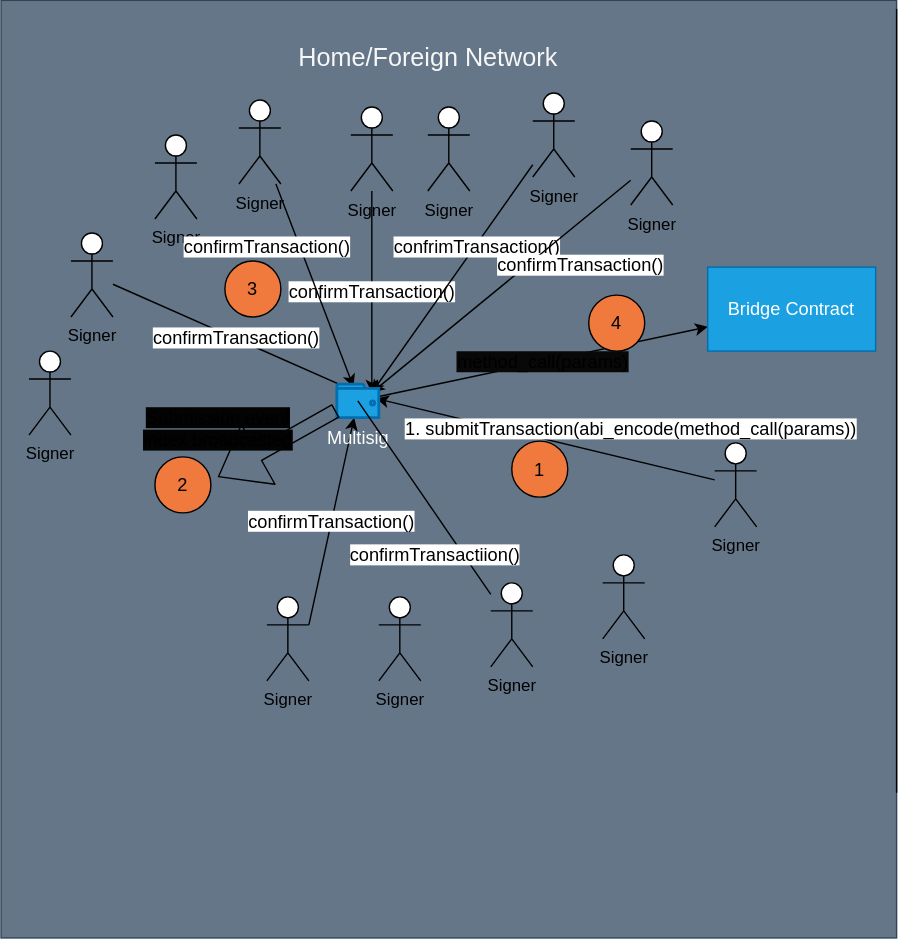
Above: static/img/bridges/diagrams/xdaibridge-contract-mgmt.svg in gnosischain/documentation (draw.io), before the change. Source tidied: cells renumbered, new cells last; positions are measured from the earlier drawing's top-left corner, leaving out a move shared by most shapes. Its diagram source:
```xml
<mxGraphModel>
  <root>
    <mxCell id="0" />
    <mxCell id="1" parent="0" />
    <mxCell id="2" style="rounded=0;whiteSpace=wrap;html=1;labelBackgroundColor=none;fontSize=18;direction=south;fillColor=#647687;strokeColor=#314354;fontColor=#ffffff;" parent="1" vertex="1">
      <mxGeometry y="-0.2" width="640" height="670" as="geometry" />
    </mxCell>
    <mxCell id="3" style="endArrow=none;html=1;labelBackgroundColor=#FFFFFF;fontSize=18;fontColor=#F7F7F7;" parent="1" edge="1">
      <mxGeometry relative="1" as="geometry">
        <mxPoint x="640" y="6" as="sourcePoint" />
        <mxPoint x="640" y="566" as="targetPoint" />
      </mxGeometry>
    </mxCell>
    <mxCell id="4" value="Home/Foreign Network" style="text;html=1;align=center;verticalAlign=middle;strokeColor=none;fillColor=none;fontSize=18;fontColor=#F7F7F7;" parent="1" vertex="1">
      <mxGeometry x="205" y="26" width="200" height="30" as="geometry" />
    </mxCell>
    <mxCell id="5" value="confirmTransaction()" style="edgeStyle=none;html=1;fontSize=13;startArrow=none;exitX=1;exitY=0.3333333333333333;exitDx=0;exitDy=0;exitPerimeter=0;" parent="1" edge="1" source="6" target="27">
      <mxGeometry relative="1" as="geometry" />
    </mxCell>
    <mxCell id="6" value="Signer" style="shape=umlActor;verticalLabelPosition=bottom;verticalAlign=top;html=1;outlineConnect=0;" parent="1" vertex="1">
      <mxGeometry x="190" y="426" width="30" height="60" as="geometry" />
    </mxCell>
    <mxCell id="7" value="1. submitTransaction(abi_encode(method_call(params))" style="edgeStyle=none;html=1;entryX=0.937;entryY=0.431;entryDx=0;entryDy=0;entryPerimeter=0;fontSize=13;" parent="1" edge="1" source="8" target="27">
      <mxGeometry x="-0.46" y="-21" relative="1" as="geometry" />
    </mxCell>
    <mxCell id="8" value="Signer" style="shape=umlActor;verticalLabelPosition=bottom;verticalAlign=top;html=1;outlineConnect=0;" parent="1" vertex="1">
      <mxGeometry x="510" y="316" width="30" height="60" as="geometry" />
    </mxCell>
    <mxCell id="9" value="Signer" style="shape=umlActor;verticalLabelPosition=bottom;verticalAlign=top;html=1;" parent="1" vertex="1">
      <mxGeometry x="20" y="250.4" width="30" height="60" as="geometry" />
    </mxCell>
    <mxCell id="10" value="Signer" style="shape=umlActor;verticalLabelPosition=bottom;verticalAlign=top;html=1;" parent="1" vertex="1">
      <mxGeometry x="270" y="426" width="30" height="60" as="geometry" />
    </mxCell>
    <mxCell id="11" value="confirmTransaction()" style="edgeStyle=none;html=1;entryX=0.75;entryY=0.1;entryDx=0;entryDy=0;entryPerimeter=0;fontSize=13;" parent="1" edge="1" source="12">
      <mxGeometry relative="1" as="geometry">
        <mxPoint x="265" y="280" as="targetPoint" />
      </mxGeometry>
    </mxCell>
    <mxCell id="12" value="Signer" style="shape=umlActor;verticalLabelPosition=bottom;verticalAlign=top;html=1;outlineConnect=0;" parent="1" vertex="1">
      <mxGeometry x="250" y="76" width="30" height="60" as="geometry" />
    </mxCell>
    <mxCell id="13" value="Signer" style="shape=umlActor;verticalLabelPosition=bottom;verticalAlign=top;html=1;outlineConnect=0;" parent="1" vertex="1">
      <mxGeometry x="350" y="416" width="30" height="60" as="geometry" />
    </mxCell>
    <mxCell id="14" value="Signer" style="shape=umlActor;verticalLabelPosition=bottom;verticalAlign=top;html=1;" parent="1" vertex="1">
      <mxGeometry x="430" y="396" width="30" height="60" as="geometry" />
    </mxCell>
    <mxCell id="15" value="confirmTransaction()" style="edgeStyle=none;html=1;entryX=0.25;entryY=0.1;entryDx=0;entryDy=0;entryPerimeter=0;fontSize=13;" parent="1" edge="1" source="16">
      <mxGeometry relative="1" as="geometry">
        <mxPoint x="255" y="280" as="targetPoint" />
      </mxGeometry>
    </mxCell>
    <mxCell id="16" value="Signer" style="shape=umlActor;verticalLabelPosition=bottom;verticalAlign=top;html=1;outlineConnect=0;" parent="1" vertex="1">
      <mxGeometry x="50" y="166" width="30" height="60" as="geometry" />
    </mxCell>
    <mxCell id="17" value="Signer" style="shape=umlActor;verticalLabelPosition=bottom;verticalAlign=top;html=1;" parent="1" vertex="1">
      <mxGeometry x="110" y="96" width="30" height="60" as="geometry" />
    </mxCell>
    <mxCell id="18" value="confirmTransaction()" style="edgeStyle=none;html=1;fontSize=13;" parent="1" edge="1" source="19">
      <mxGeometry x="-0.49" y="-22" relative="1" as="geometry">
        <mxPoint x="251.9" y="276" as="targetPoint" />
      </mxGeometry>
    </mxCell>
    <mxCell id="19" value="Signer" style="shape=umlActor;verticalLabelPosition=bottom;verticalAlign=top;html=1;outlineConnect=0;" parent="1" vertex="1">
      <mxGeometry x="170" y="71" width="30" height="60" as="geometry" />
    </mxCell>
    <mxCell id="20" value="Signer" style="shape=umlActor;verticalLabelPosition=bottom;verticalAlign=top;html=1;direction=east;" parent="1" vertex="1">
      <mxGeometry x="305" y="76" width="30" height="60" as="geometry" />
    </mxCell>
    <mxCell id="21" value="confrimTransaction()" style="edgeStyle=none;html=1;entryX=0.75;entryY=0.1;entryDx=0;entryDy=0;entryPerimeter=0;fontSize=13;" parent="1" edge="1" source="22">
      <mxGeometry x="-0.29" y="1" relative="1" as="geometry">
        <mxPoint x="265" y="280" as="targetPoint" />
      </mxGeometry>
    </mxCell>
    <mxCell id="22" value="Signer" style="shape=umlActor;verticalLabelPosition=bottom;verticalAlign=top;html=1;outlineConnect=0;" parent="1" vertex="1">
      <mxGeometry x="380" y="66" width="30" height="60" as="geometry" />
    </mxCell>
    <mxCell id="23" value="confirmTransaction()" style="edgeStyle=none;html=1;entryX=0.75;entryY=0.1;entryDx=0;entryDy=0;entryPerimeter=0;fontSize=13;" parent="1" edge="1" source="24">
      <mxGeometry x="-0.44" y="24" relative="1" as="geometry">
        <mxPoint x="265" y="280" as="targetPoint" />
      </mxGeometry>
    </mxCell>
    <mxCell id="24" value="Signer" style="shape=umlActor;verticalLabelPosition=bottom;verticalAlign=top;html=1;outlineConnect=0;" parent="1" vertex="1">
      <mxGeometry x="450" y="86" width="30" height="60" as="geometry" />
    </mxCell>
    <mxCell id="25" value="1" style="ellipse;whiteSpace=wrap;html=1;fontSize=13;fillColor=#F07A3E;" parent="1" vertex="1">
      <mxGeometry x="365" y="314.8" width="40" height="40" as="geometry" />
    </mxCell>
    <mxCell id="26" value="&lt;span style=&quot;background-color: rgb(8 , 8 , 8)&quot;&gt;method_call(params)&lt;/span&gt;" style="edgeStyle=none;html=1;labelBackgroundColor=none;fontSize=13;" parent="1" edge="1" source="27" target="32">
      <mxGeometry relative="1" as="geometry" />
    </mxCell>
    <mxCell id="27" value="Multisig" style="html=1;verticalLabelPosition=bottom;align=center;labelBackgroundColor=none;verticalAlign=top;strokeWidth=2;strokeColor=#006EAF;shadow=0;dashed=0;shape=mxgraph.ios7.icons.wallet;fontSize=13;fillColor=#1ba1e2;fontColor=#ffffff;" parent="1" vertex="1">
      <mxGeometry x="240" y="274" width="30" height="24" as="geometry" />
    </mxCell>
    <mxCell id="28" value="confirmTransactiion()" style="edgeStyle=none;html=1;entryX=0.5;entryY=0.5;entryDx=0;entryDy=0;entryPerimeter=0;fontSize=13;endArrow=none;" parent="1" edge="1" source="13" target="27">
      <mxGeometry x="-0.45" y="17" relative="1" as="geometry" />
    </mxCell>
    <mxCell id="29" value="&lt;span style=&quot;background-color: rgb(3 , 3 , 3)&quot;&gt;Submission event&lt;br&gt;index broadcasted&lt;/span&gt;" style="shape=flexArrow;endArrow=classic;html=1;fontSize=13;exitX=-0.023;exitY=0.791;exitDx=0;exitDy=0;exitPerimeter=0;endWidth=38;endSize=10.51;labelBackgroundColor=none;" parent="1" edge="1" source="27">
      <mxGeometry x="0.65" y="-30" relative="1" as="geometry">
        <mxPoint x="155" y="340.4" as="targetPoint" />
      </mxGeometry>
    </mxCell>
    <mxCell id="30" value="2" style="ellipse;whiteSpace=wrap;html=1;fontSize=13;fillColor=#F07A3E;" parent="1" vertex="1">
      <mxGeometry x="110" y="326" width="40" height="40" as="geometry" />
    </mxCell>
    <mxCell id="31" value="3" style="ellipse;whiteSpace=wrap;html=1;fontSize=13;fillColor=#F07A3E;" parent="1" vertex="1">
      <mxGeometry x="160" y="186" width="40" height="40" as="geometry" />
    </mxCell>
    <mxCell id="32" value="Bridge Contract" style="rounded=0;whiteSpace=wrap;html=1;labelBackgroundColor=none;fontSize=13;fillColor=#1ba1e2;fontColor=#ffffff;strokeColor=#006EAF;" parent="1" vertex="1">
      <mxGeometry x="505" y="190.4" width="120" height="60" as="geometry" />
    </mxCell>
    <mxCell id="33" value="4" style="ellipse;whiteSpace=wrap;html=1;fontSize=13;fillColor=#F07A3E;" parent="1" vertex="1">
      <mxGeometry x="420" y="210.4" width="40" height="40" as="geometry" />
    </mxCell>
  </root>
</mxGraphModel>
```
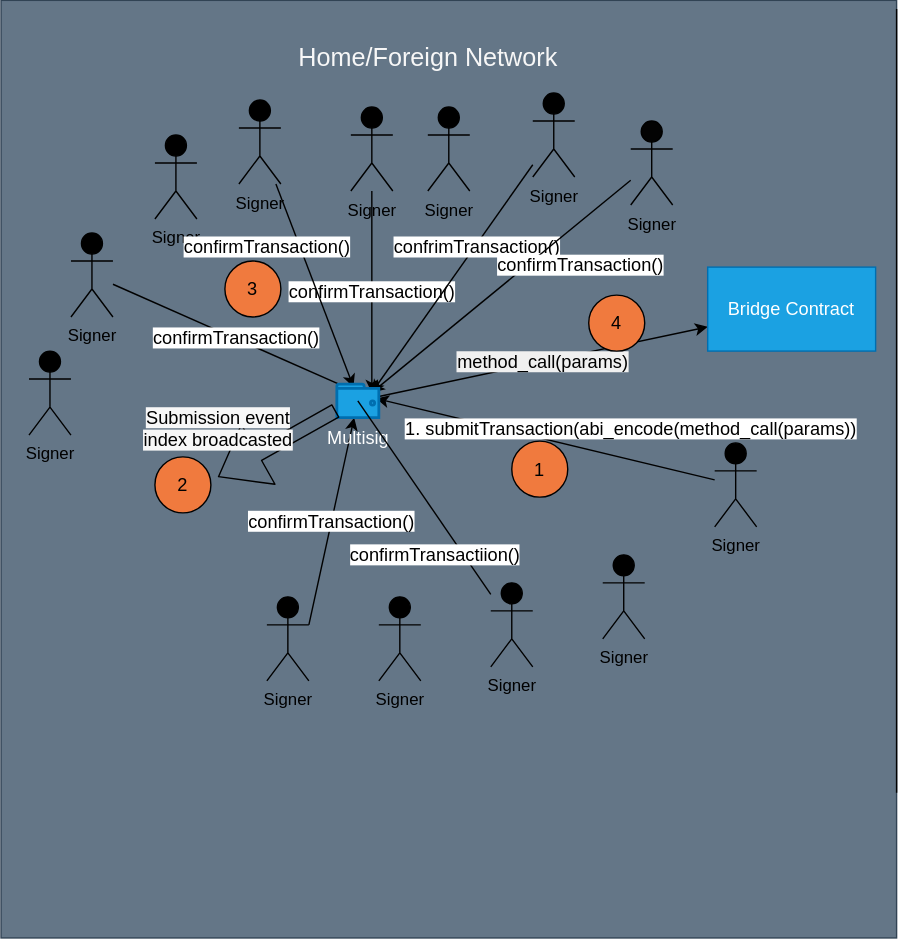
The same diagram one commit later.

Change to the diagram source:
```diff
@@ -17,19 +17,19 @@
     <mxCell id="5" value="confirmTransaction()" style="edgeStyle=none;html=1;fontSize=13;startArrow=none;exitX=1;exitY=0.3333333333333333;exitDx=0;exitDy=0;exitPerimeter=0;" parent="1" edge="1" source="6" target="27">
       <mxGeometry relative="1" as="geometry" />
     </mxCell>
-    <mxCell id="6" value="Signer" style="shape=umlActor;verticalLabelPosition=bottom;verticalAlign=top;html=1;outlineConnect=0;" parent="1" vertex="1">
+    <mxCell id="6" value="Signer" style="shape=umlActor;verticalLabelPosition=bottom;verticalAlign=top;html=1;outlineConnect=0;fillColor=#000000;" parent="1" vertex="1">
       <mxGeometry x="190" y="426" width="30" height="60" as="geometry" />
     </mxCell>
     <mxCell id="7" value="1. submitTransaction(abi_encode(method_call(params))" style="edgeStyle=none;html=1;entryX=0.937;entryY=0.431;entryDx=0;entryDy=0;entryPerimeter=0;fontSize=13;" parent="1" edge="1" source="8" target="27">
       <mxGeometry x="-0.46" y="-21" relative="1" as="geometry" />
     </mxCell>
-    <mxCell id="8" value="Signer" style="shape=umlActor;verticalLabelPosition=bottom;verticalAlign=top;html=1;outlineConnect=0;" parent="1" vertex="1">
+    <mxCell id="8" value="Signer" style="shape=umlActor;verticalLabelPosition=bottom;verticalAlign=top;html=1;outlineConnect=0;fillColor=#000000;" parent="1" vertex="1">
       <mxGeometry x="510" y="316" width="30" height="60" as="geometry" />
     </mxCell>
-    <mxCell id="9" value="Signer" style="shape=umlActor;verticalLabelPosition=bottom;verticalAlign=top;html=1;" parent="1" vertex="1">
+    <mxCell id="9" value="Signer" style="shape=umlActor;verticalLabelPosition=bottom;verticalAlign=top;html=1;fillColor=#000000;" parent="1" vertex="1">
       <mxGeometry x="20" y="250.4" width="30" height="60" as="geometry" />
     </mxCell>
-    <mxCell id="10" value="Signer" style="shape=umlActor;verticalLabelPosition=bottom;verticalAlign=top;html=1;" parent="1" vertex="1">
+    <mxCell id="10" value="Signer" style="shape=umlActor;verticalLabelPosition=bottom;verticalAlign=top;html=1;fillColor=#000000;" parent="1" vertex="1">
       <mxGeometry x="270" y="426" width="30" height="60" as="geometry" />
     </mxCell>
     <mxCell id="11" value="confirmTransaction()" style="edgeStyle=none;html=1;entryX=0.75;entryY=0.1;entryDx=0;entryDy=0;entryPerimeter=0;fontSize=13;" parent="1" edge="1" source="12">
@@ -37,13 +37,13 @@
         <mxPoint x="265" y="280" as="targetPoint" />
       </mxGeometry>
     </mxCell>
-    <mxCell id="12" value="Signer" style="shape=umlActor;verticalLabelPosition=bottom;verticalAlign=top;html=1;outlineConnect=0;" parent="1" vertex="1">
+    <mxCell id="12" value="Signer" style="shape=umlActor;verticalLabelPosition=bottom;verticalAlign=top;html=1;outlineConnect=0;fillColor=#000000;" parent="1" vertex="1">
       <mxGeometry x="250" y="76" width="30" height="60" as="geometry" />
     </mxCell>
-    <mxCell id="13" value="Signer" style="shape=umlActor;verticalLabelPosition=bottom;verticalAlign=top;html=1;outlineConnect=0;" parent="1" vertex="1">
+    <mxCell id="13" value="Signer" style="shape=umlActor;verticalLabelPosition=bottom;verticalAlign=top;html=1;outlineConnect=0;fillColor=#000000;" parent="1" vertex="1">
       <mxGeometry x="350" y="416" width="30" height="60" as="geometry" />
     </mxCell>
-    <mxCell id="14" value="Signer" style="shape=umlActor;verticalLabelPosition=bottom;verticalAlign=top;html=1;" parent="1" vertex="1">
+    <mxCell id="14" value="Signer" style="shape=umlActor;verticalLabelPosition=bottom;verticalAlign=top;html=1;fillColor=#000000;" parent="1" vertex="1">
       <mxGeometry x="430" y="396" width="30" height="60" as="geometry" />
     </mxCell>
     <mxCell id="15" value="confirmTransaction()" style="edgeStyle=none;html=1;entryX=0.25;entryY=0.1;entryDx=0;entryDy=0;entryPerimeter=0;fontSize=13;" parent="1" edge="1" source="16">
@@ -51,10 +51,10 @@
         <mxPoint x="255" y="280" as="targetPoint" />
       </mxGeometry>
     </mxCell>
-    <mxCell id="16" value="Signer" style="shape=umlActor;verticalLabelPosition=bottom;verticalAlign=top;html=1;outlineConnect=0;" parent="1" vertex="1">
+    <mxCell id="16" value="Signer" style="shape=umlActor;verticalLabelPosition=bottom;verticalAlign=top;html=1;outlineConnect=0;fillColor=#000000;" parent="1" vertex="1">
       <mxGeometry x="50" y="166" width="30" height="60" as="geometry" />
     </mxCell>
-    <mxCell id="17" value="Signer" style="shape=umlActor;verticalLabelPosition=bottom;verticalAlign=top;html=1;" parent="1" vertex="1">
+    <mxCell id="17" value="Signer" style="shape=umlActor;verticalLabelPosition=bottom;verticalAlign=top;html=1;fillColor=#000000;" parent="1" vertex="1">
       <mxGeometry x="110" y="96" width="30" height="60" as="geometry" />
     </mxCell>
     <mxCell id="18" value="confirmTransaction()" style="edgeStyle=none;html=1;fontSize=13;" parent="1" edge="1" source="19">
@@ -62,10 +62,10 @@
         <mxPoint x="251.9" y="276" as="targetPoint" />
       </mxGeometry>
     </mxCell>
-    <mxCell id="19" value="Signer" style="shape=umlActor;verticalLabelPosition=bottom;verticalAlign=top;html=1;outlineConnect=0;" parent="1" vertex="1">
+    <mxCell id="19" value="Signer" style="shape=umlActor;verticalLabelPosition=bottom;verticalAlign=top;html=1;outlineConnect=0;fillColor=#000000;" parent="1" vertex="1">
       <mxGeometry x="170" y="71" width="30" height="60" as="geometry" />
     </mxCell>
-    <mxCell id="20" value="Signer" style="shape=umlActor;verticalLabelPosition=bottom;verticalAlign=top;html=1;direction=east;" parent="1" vertex="1">
+    <mxCell id="20" value="Signer" style="shape=umlActor;verticalLabelPosition=bottom;verticalAlign=top;html=1;direction=east;fillColor=#000000;" parent="1" vertex="1">
       <mxGeometry x="305" y="76" width="30" height="60" as="geometry" />
     </mxCell>
     <mxCell id="21" value="confrimTransaction()" style="edgeStyle=none;html=1;entryX=0.75;entryY=0.1;entryDx=0;entryDy=0;entryPerimeter=0;fontSize=13;" parent="1" edge="1" source="22">
@@ -73,7 +73,7 @@
         <mxPoint x="265" y="280" as="targetPoint" />
       </mxGeometry>
     </mxCell>
-    <mxCell id="22" value="Signer" style="shape=umlActor;verticalLabelPosition=bottom;verticalAlign=top;html=1;outlineConnect=0;" parent="1" vertex="1">
+    <mxCell id="22" value="Signer" style="shape=umlActor;verticalLabelPosition=bottom;verticalAlign=top;html=1;outlineConnect=0;fillColor=#000000;" parent="1" vertex="1">
       <mxGeometry x="380" y="66" width="30" height="60" as="geometry" />
     </mxCell>
     <mxCell id="23" value="confirmTransaction()" style="edgeStyle=none;html=1;entryX=0.75;entryY=0.1;entryDx=0;entryDy=0;entryPerimeter=0;fontSize=13;" parent="1" edge="1" source="24">
@@ -81,13 +81,13 @@
         <mxPoint x="265" y="280" as="targetPoint" />
       </mxGeometry>
     </mxCell>
-    <mxCell id="24" value="Signer" style="shape=umlActor;verticalLabelPosition=bottom;verticalAlign=top;html=1;outlineConnect=0;" parent="1" vertex="1">
+    <mxCell id="24" value="Signer" style="shape=umlActor;verticalLabelPosition=bottom;verticalAlign=top;html=1;outlineConnect=0;fillColor=#030303;" parent="1" vertex="1">
       <mxGeometry x="450" y="86" width="30" height="60" as="geometry" />
     </mxCell>
     <mxCell id="25" value="1" style="ellipse;whiteSpace=wrap;html=1;fontSize=13;fillColor=#F07A3E;" parent="1" vertex="1">
       <mxGeometry x="365" y="314.8" width="40" height="40" as="geometry" />
     </mxCell>
-    <mxCell id="26" value="&lt;span style=&quot;background-color: rgb(8 , 8 , 8)&quot;&gt;method_call(params)&lt;/span&gt;" style="edgeStyle=none;html=1;labelBackgroundColor=none;fontSize=13;" parent="1" edge="1" source="27" target="32">
+    <mxCell id="26" value="&lt;span style=&quot;background-color: rgb(240 , 240 , 240)&quot;&gt;method_call(params)&lt;/span&gt;" style="edgeStyle=none;html=1;labelBackgroundColor=none;fontSize=13;" parent="1" edge="1" source="27" target="32">
       <mxGeometry relative="1" as="geometry" />
     </mxCell>
     <mxCell id="27" value="Multisig" style="html=1;verticalLabelPosition=bottom;align=center;labelBackgroundColor=none;verticalAlign=top;strokeWidth=2;strokeColor=#006EAF;shadow=0;dashed=0;shape=mxgraph.ios7.icons.wallet;fontSize=13;fillColor=#1ba1e2;fontColor=#ffffff;" parent="1" vertex="1">
@@ -96,7 +96,7 @@
     <mxCell id="28" value="confirmTransactiion()" style="edgeStyle=none;html=1;entryX=0.5;entryY=0.5;entryDx=0;entryDy=0;entryPerimeter=0;fontSize=13;endArrow=none;" parent="1" edge="1" source="13" target="27">
       <mxGeometry x="-0.45" y="17" relative="1" as="geometry" />
     </mxCell>
-    <mxCell id="29" value="&lt;span style=&quot;background-color: rgb(3 , 3 , 3)&quot;&gt;Submission event&lt;br&gt;index broadcasted&lt;/span&gt;" style="shape=flexArrow;endArrow=classic;html=1;fontSize=13;exitX=-0.023;exitY=0.791;exitDx=0;exitDy=0;exitPerimeter=0;endWidth=38;endSize=10.51;labelBackgroundColor=none;" parent="1" edge="1" source="27">
+    <mxCell id="29" value="&lt;span style=&quot;background-color: rgb(247 , 247 , 247)&quot;&gt;Submission event&lt;br&gt;index broadcasted&lt;/span&gt;" style="shape=flexArrow;endArrow=classic;html=1;fontSize=13;exitX=-0.023;exitY=0.791;exitDx=0;exitDy=0;exitPerimeter=0;endWidth=38;endSize=10.51;labelBackgroundColor=none;" parent="1" edge="1" source="27">
       <mxGeometry x="0.65" y="-30" relative="1" as="geometry">
         <mxPoint x="155" y="340.4" as="targetPoint" />
       </mxGeometry>
```
